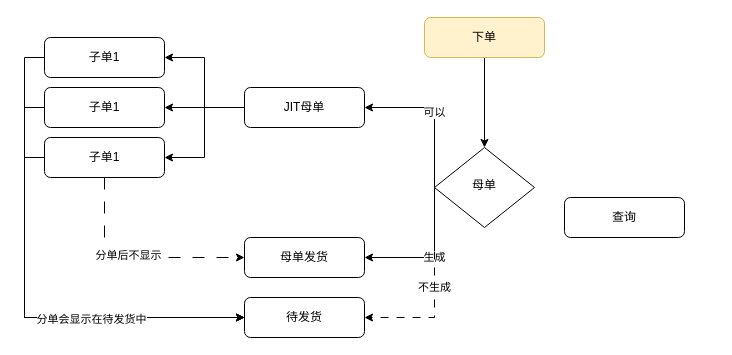
This is 可以母单.drawio from pbm0802/GitIDEATest, a draw.io file, before an edit. Source tidied: cells renumbered, new cells numbered last; positions are measured from the earlier drawing's top-left corner, leaving out a move shared by most shapes. Both pictures are drawn from the tidied source at 100%, with x=0, y=0 at pixel (24, 17).
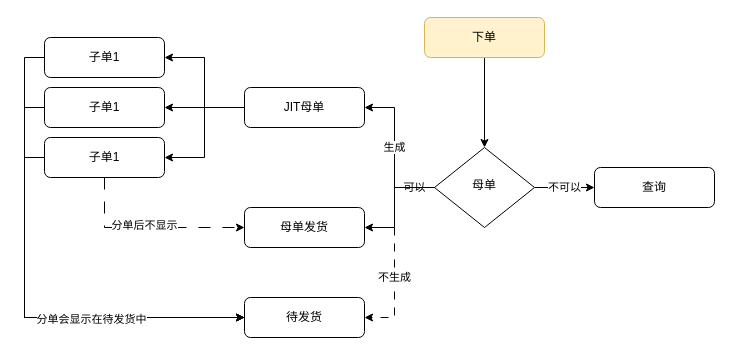
The same page after the edit.

Commit message (it also covers changes not shown here):
更新可以母单.drawio

The change refers to these unchanged cells:
```xml
<mxCell id="7" value="母单" style="rhombus;whiteSpace=wrap;html=1;shadow=0;fontFamily=Helvetica;fontSize=12;align=center;strokeWidth=1;spacing=6;spacingTop=-4;" parent="1" vertex="1">
  <mxGeometry x="410" y="130" width="100" height="80" as="geometry" />
</mxCell>
<mxCell id="11" value="JIT母单" style="rounded=1;whiteSpace=wrap;html=1;fontSize=12;glass=0;strokeWidth=1;shadow=0;" parent="1" vertex="1">
  <mxGeometry x="220" y="70" width="120" height="40" as="geometry" />
</mxCell>
<mxCell id="14" value="待发货" style="rounded=1;whiteSpace=wrap;html=1;fontSize=12;glass=0;strokeWidth=1;shadow=0;" parent="1" vertex="1">
  <mxGeometry x="220" y="280" width="120" height="40" as="geometry" />
</mxCell>
```

Change to the diagram source:
```diff
@@
     <mxCell id="4" value="可以" style="edgeStyle=orthogonalEdgeStyle;rounded=0;jettySize=auto;html=1;exitX=0;exitY=0.5;exitDx=0;exitDy=0;entryX=1;entryY=0.5;entryDx=0;entryDy=0;" parent="1" edge="1" source="7" target="11">
-      <mxGeometry relative="1" as="geometry">
+      <mxGeometry x="-0.73" relative="1" as="geometry">
         <Array as="points">
-          <mxPoint x="410" y="90" />
+          <mxPoint x="370" y="170" />
+          <mxPoint x="370" y="90" />
         </Array>
       </mxGeometry>
     </mxCell>
     <mxCell id="5" value="生成" style="edgeStyle=orthogonalEdgeStyle;rounded=0;jettySize=auto;html=1;exitX=0;exitY=0.5;exitDx=0;exitDy=0;entryX=1;entryY=0.5;entryDx=0;entryDy=0;" parent="1" edge="1" source="7" target="13">
-      <mxGeometry relative="1" as="geometry">
+      <mxGeometry x="-0.27" y="-40" relative="1" as="geometry">
         <Array as="points">
-          <mxPoint x="410" y="240" />
+          <mxPoint x="370" y="170" />
+          <mxPoint x="370" y="210" />
+          <mxPoint x="340" y="210" />
         </Array>
+        <mxPoint x="40" y="-40" as="offset" />
       </mxGeometry>
     </mxCell>
     <mxCell id="6" value="不生成" style="edgeStyle=orthogonalEdgeStyle;rounded=0;jettySize=auto;html=1;exitX=0;exitY=0.5;exitDx=0;exitDy=0;entryX=1;entryY=0.5;entryDx=0;entryDy=0;dashed=1;dashPattern=8 8;" parent="1" edge="1" source="7" target="14">
-      <mxGeometry relative="1" as="geometry">
+      <mxGeometry x="0.3" relative="1" as="geometry">
         <Array as="points">
-          <mxPoint x="410" y="300" />
+          <mxPoint x="370" y="170" />
+          <mxPoint x="370" y="300" />
         </Array>
       </mxGeometry>
     </mxCell>
+    <mxCell id="24" value="不可以" style="edgeStyle=orthogonalEdgeStyle;rounded=0;jettySize=auto;html=1;exitX=1;exitY=0.5;exitDx=0;exitDy=0;entryX=0;entryY=0.5;entryDx=0;entryDy=0;" parent="1" edge="1" source="7" target="12">
+      <mxGeometry relative="1" as="geometry" />
+    </mxCell>
@@
     <mxCell id="12" value="查询" style="rounded=1;whiteSpace=wrap;html=1;fontSize=12;glass=0;strokeWidth=1;shadow=0;" parent="1" vertex="1">
-      <mxGeometry x="540" y="180" width="120" height="40" as="geometry" />
+      <mxGeometry x="570" y="150" width="120" height="40" as="geometry" />
     </mxCell>
     <mxCell id="13" value="母单发货" style="rounded=1;whiteSpace=wrap;html=1;fontSize=12;glass=0;strokeWidth=1;shadow=0;" parent="1" vertex="1">
-      <mxGeometry x="220" y="220" width="120" height="40" as="geometry" />
+      <mxGeometry x="220" y="190" width="120" height="40" as="geometry" />
     </mxCell>
```
